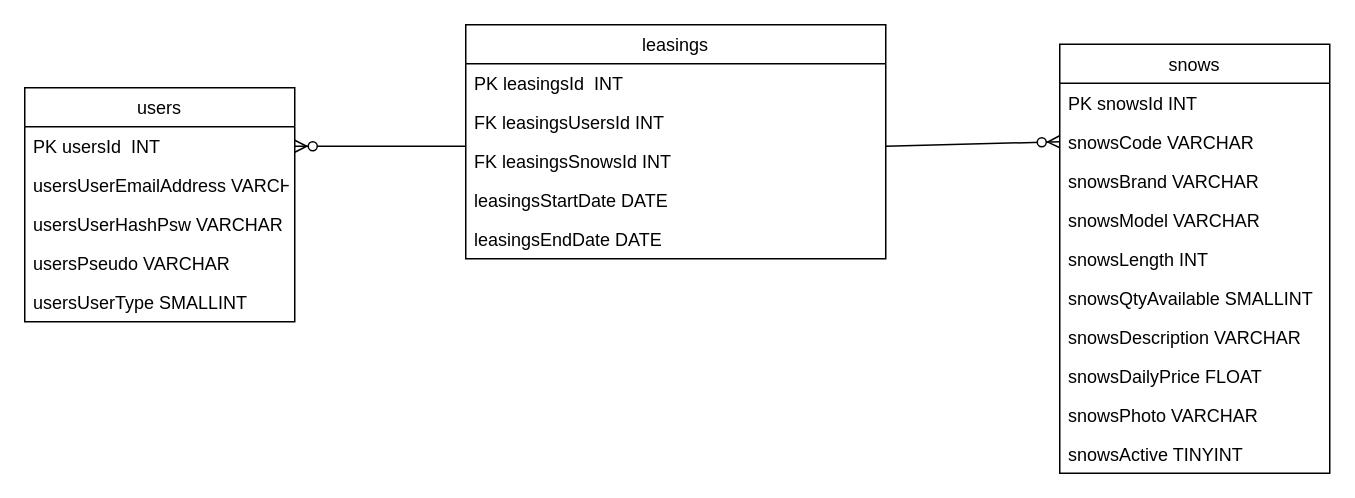
Earlier version of the draw.io diagram page "MLD" (2 of 2) of Documentation/modèlesDB.drawio (KevinAlvesLufky/ProjetWeb_BDD). Source tidied: cells renumbered, new cells numbered last; positions are measured from the earlier drawing's top-left corner, leaving out a move shared by most shapes. Both pictures are drawn from the tidied source at 150%, with x=0, y=0 at pixel (24, 24).
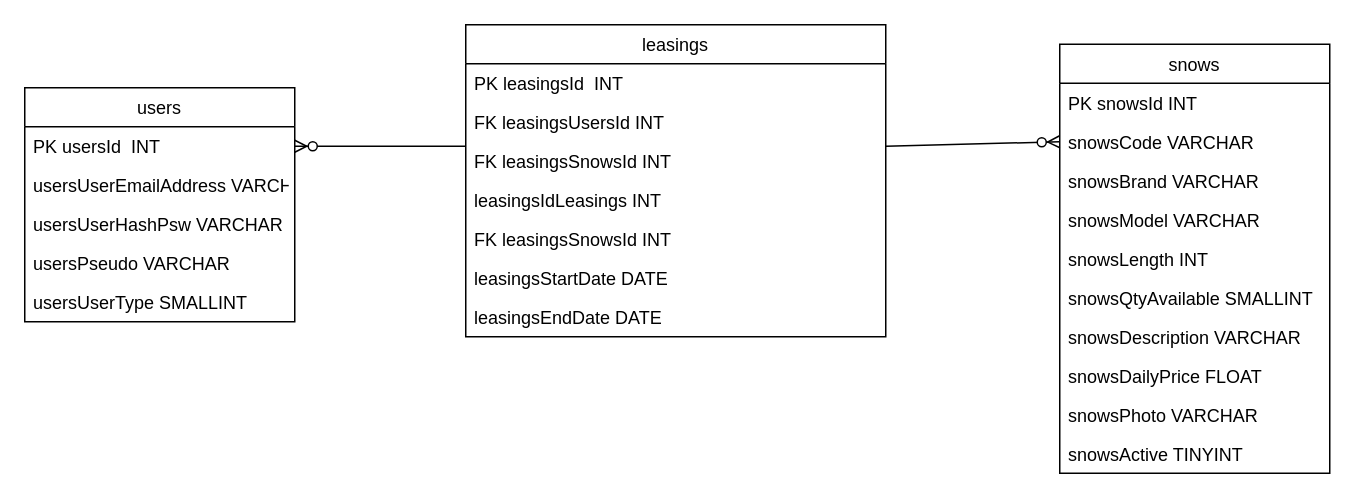
Above is the later version.

Diff of the diagram source:
```diff
@@
     <mxCell id="19" value="leasings" style="swimlane;fontStyle=0;horizontal=1;startSize=26;fillColor=none;" parent="1" vertex="1">
-      <mxGeometry x="294" width="280" height="156" as="geometry" />
+      <mxGeometry x="294" width="280" height="208" as="geometry" />
     </mxCell>
@@
+    <mxCell id="27" value="leasingsIdLeasings INT" style="text;strokeColor=none;fillColor=none;align=left;verticalAlign=top;spacingLeft=4;spacingRight=4;overflow=hidden;" parent="19" vertex="1">
+      <mxGeometry y="104" width="280" height="26" as="geometry" />
+    </mxCell>
+    <mxCell id="28" value="FK leasingsSnowsId INT" style="text;strokeColor=none;fillColor=none;align=left;verticalAlign=top;spacingLeft=4;spacingRight=4;overflow=hidden;" parent="19" vertex="1">
+      <mxGeometry y="130" width="280" height="26" as="geometry" />
+    </mxCell>
     <mxCell id="23" value="leasingsStartDate DATE" style="text;strokeColor=none;fillColor=none;align=left;verticalAlign=top;spacingLeft=4;spacingRight=4;overflow=hidden;" parent="19" vertex="1">
-      <mxGeometry y="104" width="280" height="26" as="geometry" />
+      <mxGeometry y="156" width="280" height="26" as="geometry" />
     </mxCell>
     <mxCell id="24" value="leasingsEndDate DATE" style="text;strokeColor=none;fillColor=none;align=left;verticalAlign=top;spacingLeft=4;spacingRight=4;overflow=hidden;" parent="19" vertex="1">
-      <mxGeometry y="130" width="280" height="26" as="geometry" />
+      <mxGeometry y="182" width="280" height="26" as="geometry" />
     </mxCell>
```
